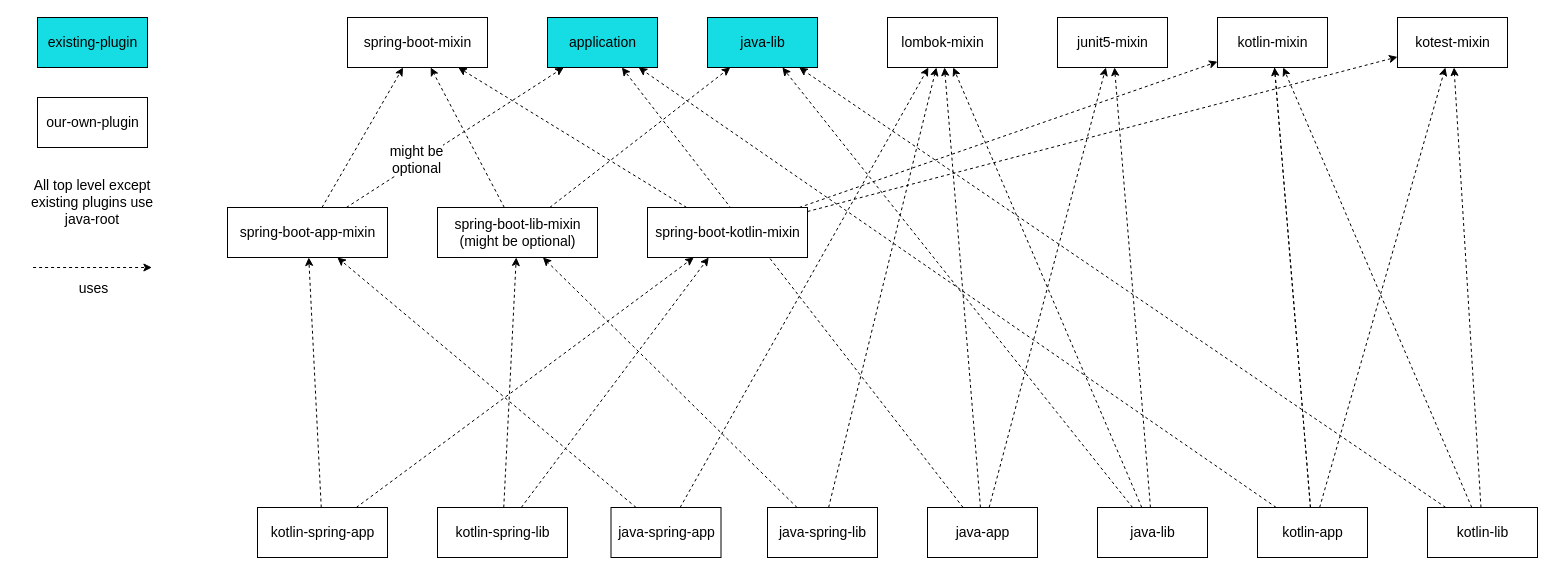
CXwudi/modern-gradle-template keeps this draw.io diagram as gradle/plugins/gradle plugins structure.drawio. Above is the earlier version. Source tidied: cells renumbered, new cells numbered last; positions are measured from the earlier drawing's top-left corner, leaving out a move shared by most shapes. Both pictures are drawn from the tidied source at 100%, with x=0, y=0 at pixel (17, 17).
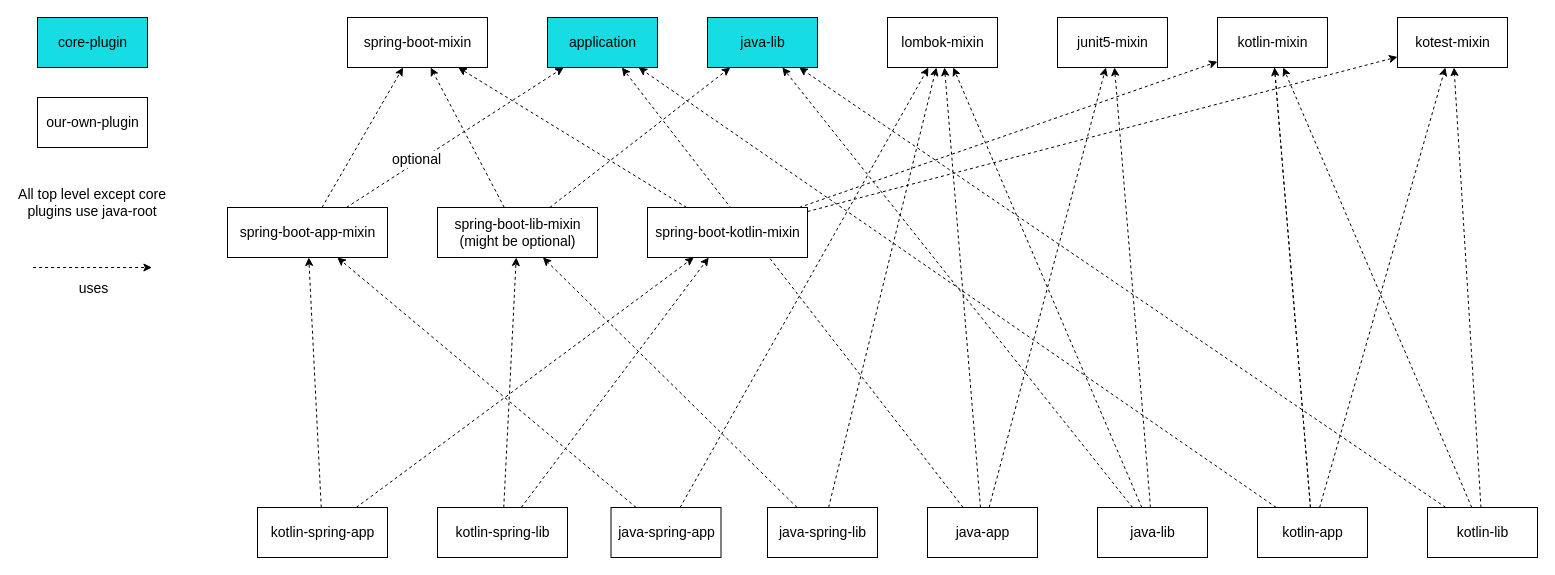
After the change.

Commit message (it also covers changes not shown here):
:recycle: finished refactoring of plugins folder structures

The change refers to these unchanged cells:
```xml
<mxCell id="37" style="rounded=0;jettySize=auto;html=1;dashed=1;fontSize=14;" parent="1" edge="1" source="39" target="13">
  <mxGeometry relative="1" as="geometry" />
</mxCell>
```

Change to the diagram source:
```diff
@@
-    <mxCell id="15" value="All top level except existing plugins use java-root" style="text;html=1;strokeColor=none;fillColor=none;align=center;verticalAlign=middle;whiteSpace=wrap;rounded=0;fontSize=14;" parent="1" vertex="1">
+    <mxCell id="15" value="All top level except core plugins use java-root" style="text;html=1;strokeColor=none;fillColor=none;align=center;verticalAlign=middle;whiteSpace=wrap;rounded=0;fontSize=14;" parent="1" vertex="1">
       <mxGeometry y="160" width="150" height="50" as="geometry" />
     </mxCell>
@@
-    <mxCell id="38" value="might be &lt;br&gt;optional" style="edgeLabel;html=1;align=center;verticalAlign=middle;fontSize=14;" parent="37" vertex="1">
+    <mxCell id="38" value="optional" style="edgeLabel;html=1;align=center;verticalAlign=middle;fontSize=14;" parent="37" vertex="1">
       <mxGeometry x="-0.44" y="-1" relative="1" as="geometry">
         <mxPoint x="9" y="-10" as="offset" />
       </mxGeometry>
     </mxCell>
@@
-    <mxCell id="52" value="existing-plugin" style="html=1;fontSize=14;fillColor=#16DCE3;" parent="1" vertex="1">
+    <mxCell id="52" value="core-plugin" style="html=1;fontSize=14;fillColor=#16DCE3;" parent="1" vertex="1">
       <mxGeometry x="20" width="110" height="50" as="geometry" />
     </mxCell>
```
